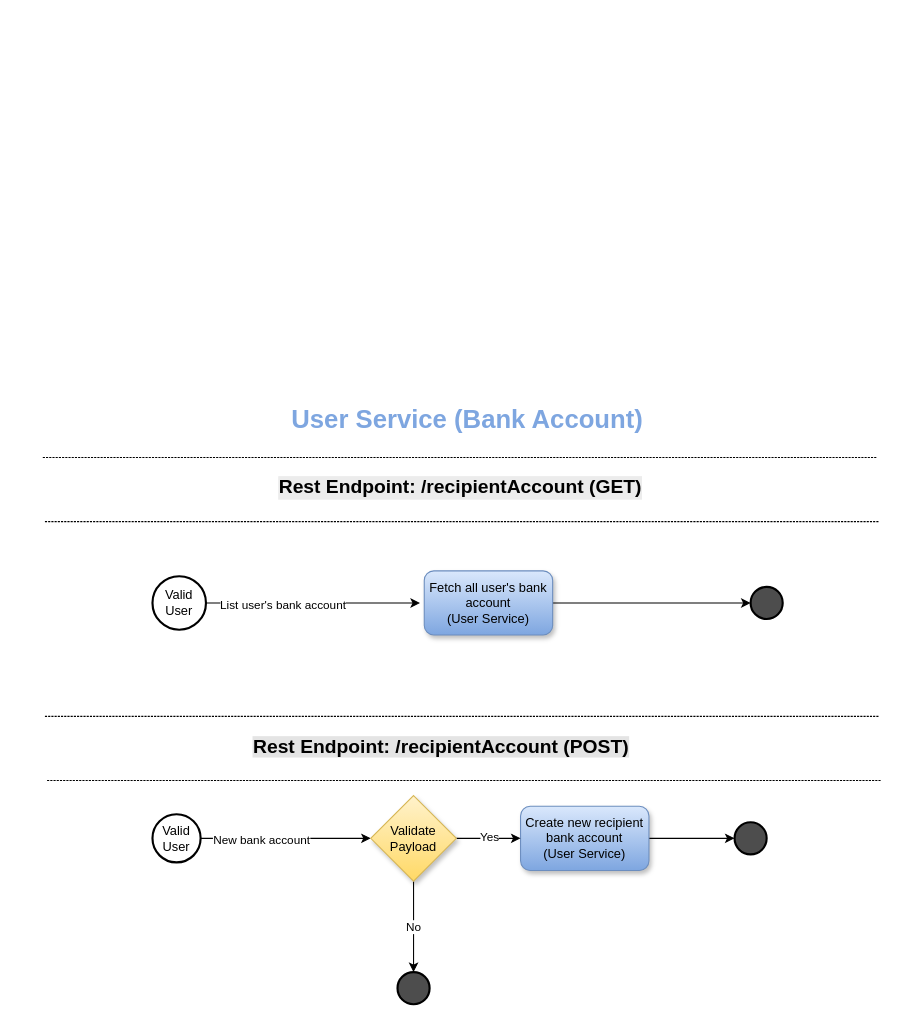
sabrinamidori/wallet keeps this draw.io diagram as page "Recipient Account FlowChart" (4 of 5) of docs/ontop_assessment.drawio. Above is the earlier version. Source tidied: cells renumbered, new cells numbered last; positions are measured from the earlier drawing's top-left corner, leaving out a move shared by most shapes. Both pictures are drawn from the tidied source at 107%, with x=0, y=0 at pixel (18, 382).
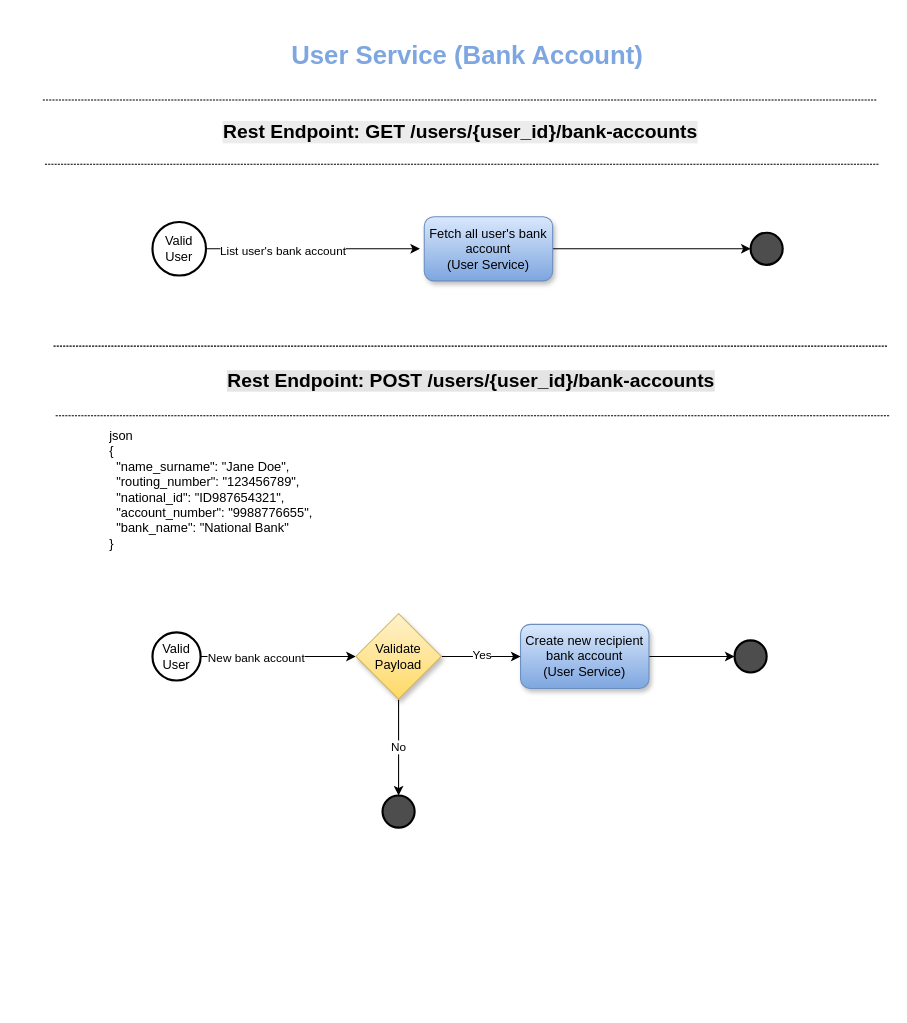
Above is the later version.

What changed in the source:
```diff
@@
     <mxCell id="4" value="Valid User" style="strokeWidth=2;html=1;shape=mxgraph.flowchart.start_2;whiteSpace=wrap;" parent="1" vertex="1">
-      <mxGeometry x="125" y="403.5" width="45" height="45" as="geometry" />
+      <mxGeometry x="125" y="233.5" width="45" height="45" as="geometry" />
     </mxCell>
     <mxCell id="5" style="edgeStyle=orthogonalEdgeStyle;rounded=0;jettySize=auto;html=1;exitX=1;exitY=0.5;exitDx=0;exitDy=0;entryX=0;entryY=0.5;entryDx=0;entryDy=0;" parent="1" edge="1" source="6">
       <mxGeometry relative="1" as="geometry">
-        <mxPoint x="669" y="426" as="targetPoint" />
+        <mxPoint x="669" y="256" as="targetPoint" />
       </mxGeometry>
     </mxCell>
     <mxCell id="6" value="Create new recipient bank account&lt;br&gt;(User Service)" style="rounded=1;whiteSpace=wrap;html=1;shadow=1;fillColor=#dae8fc;gradientColor=#7ea6e0;strokeColor=#6c8ebf;" parent="1" vertex="1">
-      <mxGeometry x="469" y="396" width="120" height="60" as="geometry" />
+      <mxGeometry x="469" y="226" width="120" height="60" as="geometry" />
     </mxCell>
@@
     <mxCell id="10" value="Validate Payload" style="rhombus;whiteSpace=wrap;html=1;fillColor=#fff2cc;gradientColor=#ffd966;strokeColor=#d6b656;shadow=1;" parent="1" vertex="1">
-      <mxGeometry x="329" y="386" width="80" height="80" as="geometry" />
+      <mxGeometry x="315" y="216" width="80" height="80" as="geometry" />
     </mxCell>
     <mxCell id="11" style="strokeWidth=2;html=1;shape=mxgraph.flowchart.start_2;whiteSpace=wrap;fillColor=#4D4D4D;" parent="1" vertex="1">
-      <mxGeometry x="354" y="551" width="30" height="30" as="geometry" />
+      <mxGeometry x="340" y="386" width="30" height="30" as="geometry" />
     </mxCell>
     <mxCell id="12" style="strokeWidth=2;html=1;shape=mxgraph.flowchart.start_2;whiteSpace=wrap;fillColor=#4D4D4D;" parent="1" vertex="1">
-      <mxGeometry x="669" y="411" width="30" height="30" as="geometry" />
+      <mxGeometry x="669" y="241" width="30" height="30" as="geometry" />
     </mxCell>
-    <mxCell id="13" value="&lt;h2&gt;&lt;b style=&quot;background-color: rgb(228, 228, 228);&quot;&gt;Rest Endpoint: /recipientAccount (POST)&lt;/b&gt;&lt;/h2&gt;" style="text;html=1;align=center;verticalAlign=middle;whiteSpace=wrap;rounded=0;" parent="1" vertex="1">
-      <mxGeometry y="326" width="790" height="30" as="geometry" />
-    </mxCell>
     <mxCell id="14" style="edgeStyle=orthogonalEdgeStyle;rounded=0;jettySize=auto;html=1;exitX=1;exitY=0.5;exitDx=0;exitDy=0;exitPerimeter=0;" parent="1" edge="1" source="16">
       <mxGeometry relative="1" as="geometry">
-        <mxPoint x="375" y="206" as="targetPoint" />
+        <mxPoint x="375" y="-125" as="targetPoint" />
       </mxGeometry>
     </mxCell>
@@
     <mxCell id="16" value="Valid User" style="strokeWidth=2;html=1;shape=mxgraph.flowchart.start_2;whiteSpace=wrap;fillColor=none;" parent="1" vertex="1">
-      <mxGeometry x="125" y="181" width="50" height="50" as="geometry" />
+      <mxGeometry x="125" y="-150" width="50" height="50" as="geometry" />
     </mxCell>
     <mxCell id="17" style="edgeStyle=orthogonalEdgeStyle;rounded=0;jettySize=auto;html=1;exitX=1;exitY=0.5;exitDx=0;exitDy=0;entryX=0;entryY=0.5;entryDx=0;entryDy=0;" parent="1" edge="1" source="18">
       <mxGeometry relative="1" as="geometry">
-        <mxPoint x="684" y="206" as="targetPoint" />
+        <mxPoint x="684" y="-125" as="targetPoint" />
       </mxGeometry>
     </mxCell>
     <mxCell id="18" value="Fetch all user's bank account&lt;br&gt;(User Service)" style="rounded=1;whiteSpace=wrap;html=1;shadow=1;fillColor=#dae8fc;gradientColor=#7ea6e0;strokeColor=#6c8ebf;" parent="1" vertex="1">
-      <mxGeometry x="379" y="176" width="120" height="60" as="geometry" />
+      <mxGeometry x="379" y="-155" width="120" height="60" as="geometry" />
     </mxCell>
     <mxCell id="19" style="strokeWidth=2;html=1;shape=mxgraph.flowchart.start_2;whiteSpace=wrap;fillColor=#4D4D4D;" parent="1" vertex="1">
-      <mxGeometry x="684" y="191" width="30" height="30" as="geometry" />
+      <mxGeometry x="684" y="-140" width="30" height="30" as="geometry" />
     </mxCell>
-    <mxCell id="20" value="&lt;h2 style=&quot;forced-color-adjust: none; color: rgb(0, 0, 0); font-family: Helvetica; font-style: normal; font-variant-ligatures: normal; font-variant-caps: normal; letter-spacing: normal; orphans: 2; text-indent: 0px; text-transform: none; widows: 2; word-spacing: 0px; -webkit-text-stroke-width: 0px; white-space: normal; background-color: rgb(236, 236, 236); text-decoration-thickness: initial; text-decoration-style: initial; text-decoration-color: initial;&quot;&gt;&lt;b style=&quot;forced-color-adjust: none;&quot;&gt;Rest Endpoint: /recipientAccount (GET)&lt;/b&gt;&lt;/h2&gt;" style="text;whiteSpace=wrap;html=1;align=center;" parent="1" vertex="1">
-      <mxGeometry x="13" y="66" width="800" height="70" as="geometry" />
-    </mxCell>
     <mxCell id="21" value="&lt;h1&gt;User Service (Bank Account)&lt;/h1&gt;" style="text;html=1;align=center;verticalAlign=middle;strokeColor=none;fillColor=none;fontColor=#7EA6E0;" parent="1" vertex="1">
-      <mxGeometry x="244" width="350" height="70" as="geometry" />
+      <mxGeometry x="244" y="-340" width="350" height="70" as="geometry" />
     </mxCell>
-    <mxCell id="22" style="shape=partialRectangle;whiteSpace=wrap;html=1;left=0;right=0;fillColor=none;dashed=1;dashPattern=1 2;" parent="1" vertex="1">
-      <mxGeometry x="25" y="312" width="780" height="60" as="geometry" />
+    <mxCell id="22" value="&lt;h2&gt;&lt;b style=&quot;background-color: rgb(228, 228, 228);&quot;&gt;Rest Endpoint: POST /users/{user_id}/bank-accounts&lt;/b&gt;&lt;/h2&gt;" style="shape=partialRectangle;whiteSpace=wrap;html=1;left=0;right=0;fillColor=none;dashed=1;dashPattern=1 2;" parent="1" vertex="1">
+      <mxGeometry x="33" y="-34" width="780" height="65" as="geometry" />
     </mxCell>
-    <mxCell id="23" style="shape=partialRectangle;whiteSpace=wrap;html=1;left=0;right=0;fillColor=none;dashed=1;dashPattern=1 2;" parent="1" vertex="1">
-      <mxGeometry x="23" y="70" width="780" height="60" as="geometry" />
+    <mxCell id="23" value="&lt;h2 style=&quot;color: rgb(0, 0, 0); background-color: rgb(236, 236, 236);&quot;&gt;&lt;b&gt;Rest Endpoint: GET /users/{user_id}/bank-accounts&lt;/b&gt;&lt;/h2&gt;" style="shape=partialRectangle;whiteSpace=wrap;html=1;left=0;right=0;fillColor=none;dashed=1;dashPattern=1 2;" parent="1" vertex="1">
+      <mxGeometry x="23" y="-264" width="780" height="60" as="geometry" />
     </mxCell>
+    <mxCell id="24" value="&lt;blockquote style=&quot;margin-top: 0px;&quot;&gt;json&lt;br&gt;{&lt;br&gt;&amp;nbsp; &quot;name_surname&quot;: &quot;Jane Doe&quot;,&lt;br&gt;&amp;nbsp; &quot;routing_number&quot;: &quot;123456789&quot;,&lt;br&gt;&amp;nbsp; &quot;national_id&quot;: &quot;ID987654321&quot;,&lt;br&gt;&amp;nbsp; &quot;account_number&quot;: &quot;9988776655&quot;,&lt;br&gt;&amp;nbsp; &quot;bank_name&quot;: &quot;National Bank&quot;&lt;br&gt;}&lt;/blockquote&gt;&lt;div&gt;&lt;br&gt;&lt;/div&gt;" style="text;html=1;whiteSpace=wrap;overflow=hidden;rounded=0;" parent="1" vertex="1">
+      <mxGeometry x="43" y="36" width="770" height="130" as="geometry" />
+    </mxCell>
```
